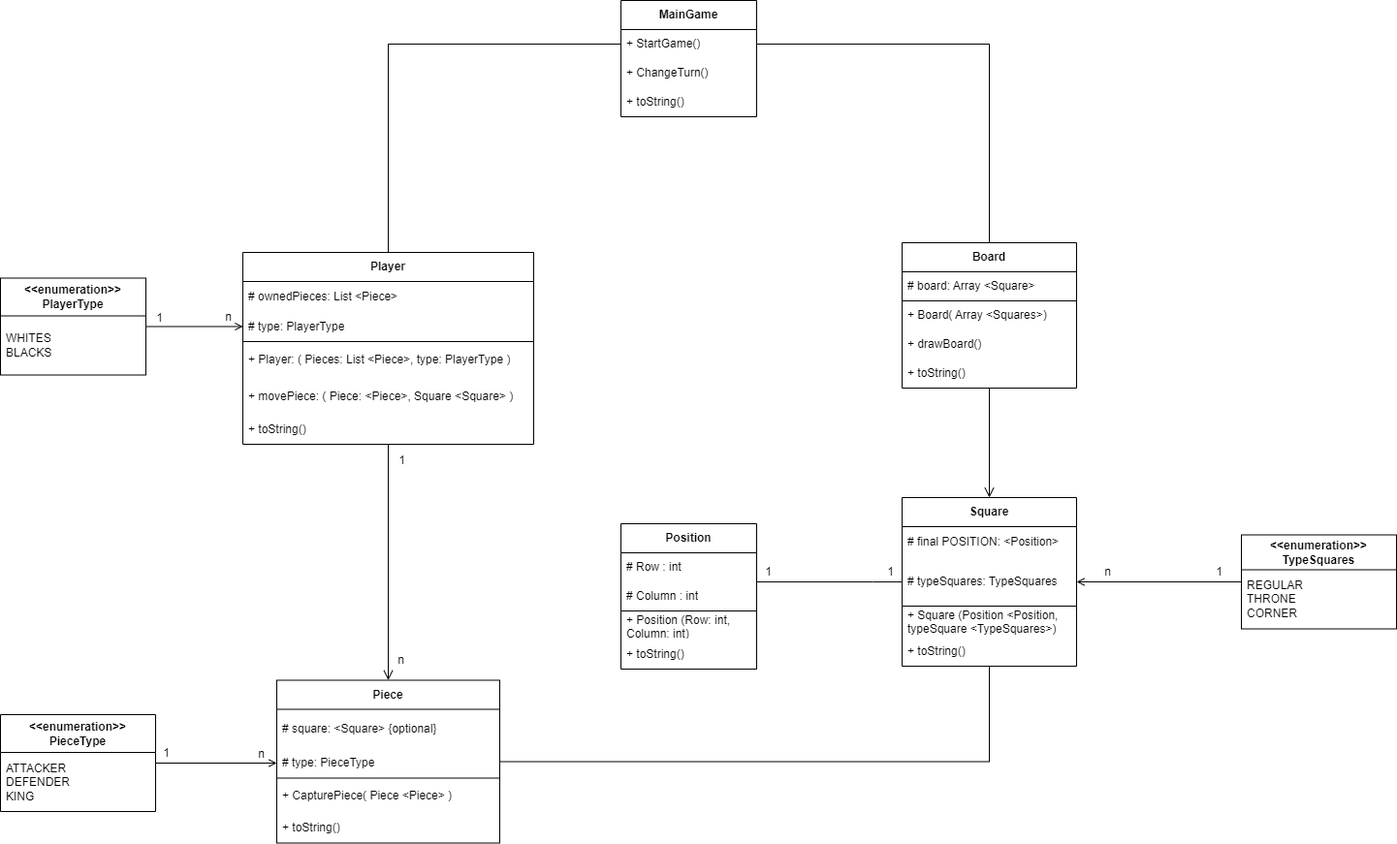
The draw.io diagram diagrams/ClassDiagram.drawio.png in jvazmor497/Hnefatafl, before a commit. Source tidied: cells renumbered, new cells last; positions are measured from the earlier drawing's top-left corner, leaving out a move shared by most shapes.
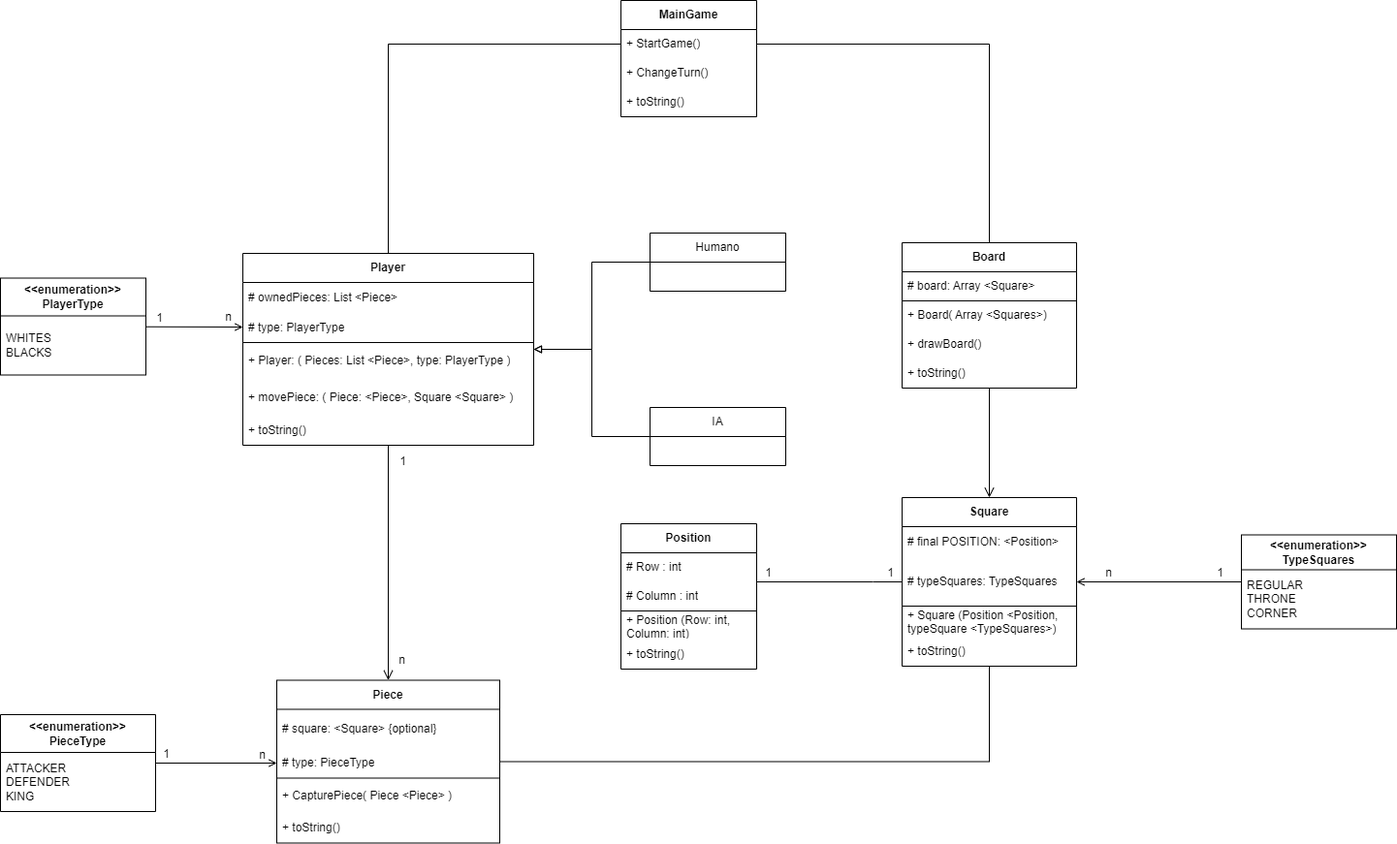
After the change.

Change to the diagram source:
```diff
@@ -74,7 +74,7 @@
       <mxGeometry relative="1" as="geometry" />
     </mxCell>
     <mxCell id="23" value="&lt;b&gt;Player&lt;/b&gt;" style="swimlane;fontStyle=0;horizontal=1;startSize=30;whiteSpace=wrap;html=1;flipH=1;" parent="1" vertex="1">
-      <mxGeometry x="250" y="260" width="300" height="198" as="geometry" />
+      <mxGeometry x="250" y="261" width="300" height="198" as="geometry" />
     </mxCell>
     <mxCell id="24" value="# ownedPieces: List &amp;lt;Piece&amp;gt;" style="text;strokeColor=none;fillColor=none;align=left;verticalAlign=middle;spacingLeft=4;spacingRight=4;overflow=hidden;whiteSpace=wrap;html=1;" parent="23" vertex="1">
       <mxGeometry y="30" width="300" height="31" as="geometry" />
@@ -211,5 +211,17 @@
     <mxCell id="61" value="WHITES&lt;div&gt;BLACKS&lt;/div&gt;" style="text;strokeColor=none;fillColor=none;align=left;verticalAlign=middle;spacingLeft=4;spacingRight=4;overflow=hidden;whiteSpace=wrap;html=1;" parent="60" vertex="1">
       <mxGeometry y="39" width="150" height="61" as="geometry" />
     </mxCell>
+    <mxCell id="62" value="Humano" style="swimlane;fontStyle=0;horizontal=1;startSize=30;whiteSpace=wrap;html=1;" parent="1" vertex="1">
+      <mxGeometry x="670" y="240" width="140" height="60" as="geometry" />
+    </mxCell>
+    <mxCell id="63" value="IA" style="swimlane;fontStyle=0;horizontal=1;startSize=30;whiteSpace=wrap;html=1;" parent="1" vertex="1">
+      <mxGeometry x="670" y="420" width="140" height="60" as="geometry" />
+    </mxCell>
+    <mxCell id="64" style="endArrow=none;html=1;rounded=0;edgeStyle=orthogonalEdgeStyle;startArrow=block;startFill=0;" parent="1" edge="1" source="23" target="62">
+      <mxGeometry relative="1" as="geometry" />
+    </mxCell>
+    <mxCell id="65" style="endArrow=none;html=1;rounded=0;edgeStyle=orthogonalEdgeStyle;startArrow=block;startFill=0;" parent="1" edge="1" source="23" target="63">
+      <mxGeometry relative="1" as="geometry" />
+    </mxCell>
   </root>
 </mxGraphModel>
```
